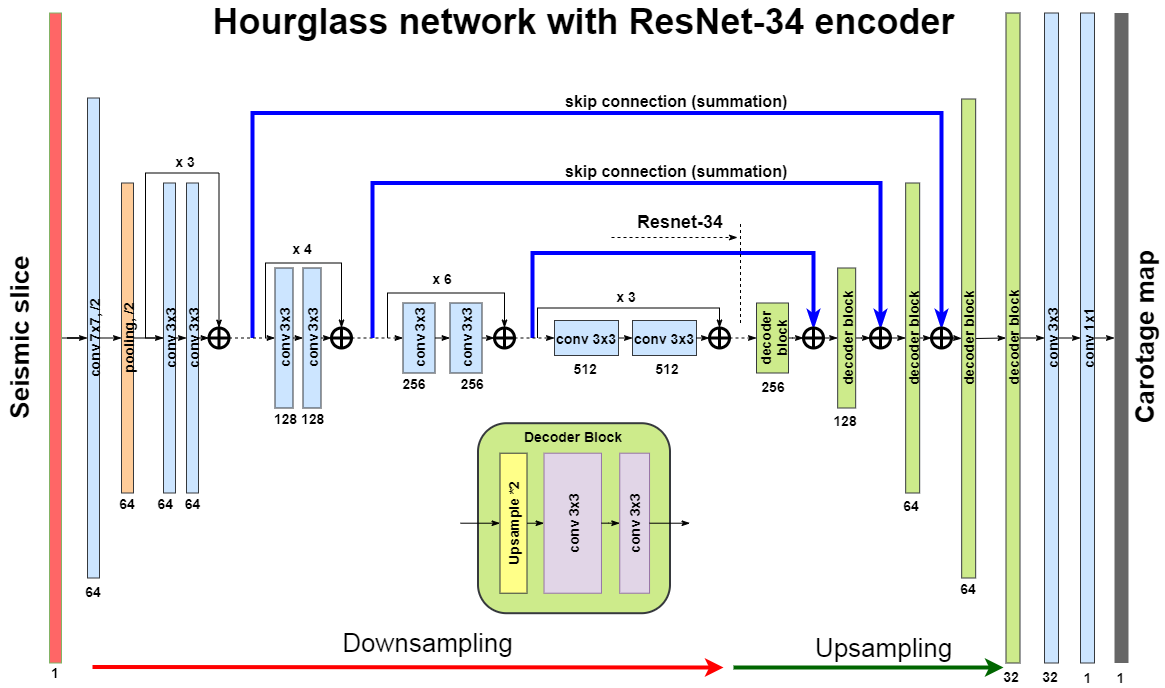
This is img/network.png from neuro-inc/ml-recipe-seismic, a draw.io export, as it was before one commit. Source tidied: cells renumbered, new cells last; positions are measured from the earlier drawing's top-left corner, leaving out a move shared by most shapes.
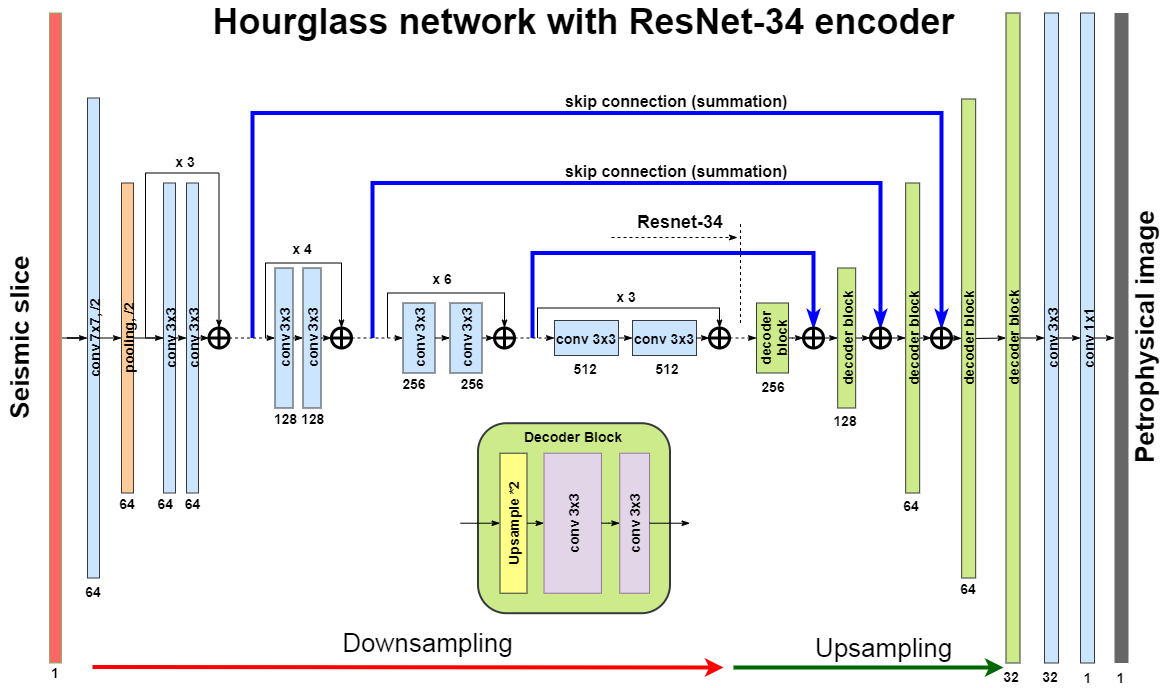
After the commit.

Diff of the diagram source:
```diff
@@ -327,7 +327,7 @@
     <mxCell id="83" value="Seismic slice" style="text;html=1;strokeColor=none;fillColor=none;align=center;verticalAlign=middle;whiteSpace=wrap;rounded=0;shadow=0;glass=0;dashed=1;comic=0;fontSize=26;horizontal=0;fontStyle=1;" parent="1" vertex="1">
       <mxGeometry y="251" width="40" height="170" as="geometry" />
     </mxCell>
-    <mxCell id="84" value="Carotage map" style="text;html=1;strokeColor=none;fillColor=none;align=center;verticalAlign=middle;whiteSpace=wrap;rounded=0;shadow=0;glass=0;dashed=1;comic=0;fontSize=26;horizontal=0;fontStyle=1;" parent="1" vertex="1">
+    <mxCell id="84" value="Petrophysical image" style="text;html=1;strokeColor=none;fillColor=none;align=center;verticalAlign=middle;whiteSpace=wrap;rounded=0;shadow=0;glass=0;dashed=1;comic=0;fontSize=26;horizontal=0;fontStyle=1;" parent="1" vertex="1">
       <mxGeometry x="1126" y="193.5" width="38" height="285" as="geometry" />
     </mxCell>
     <mxCell id="85" style="group;fontFamily=Helvetica;fontSize=14;" parent="1" vertex="1">
```
